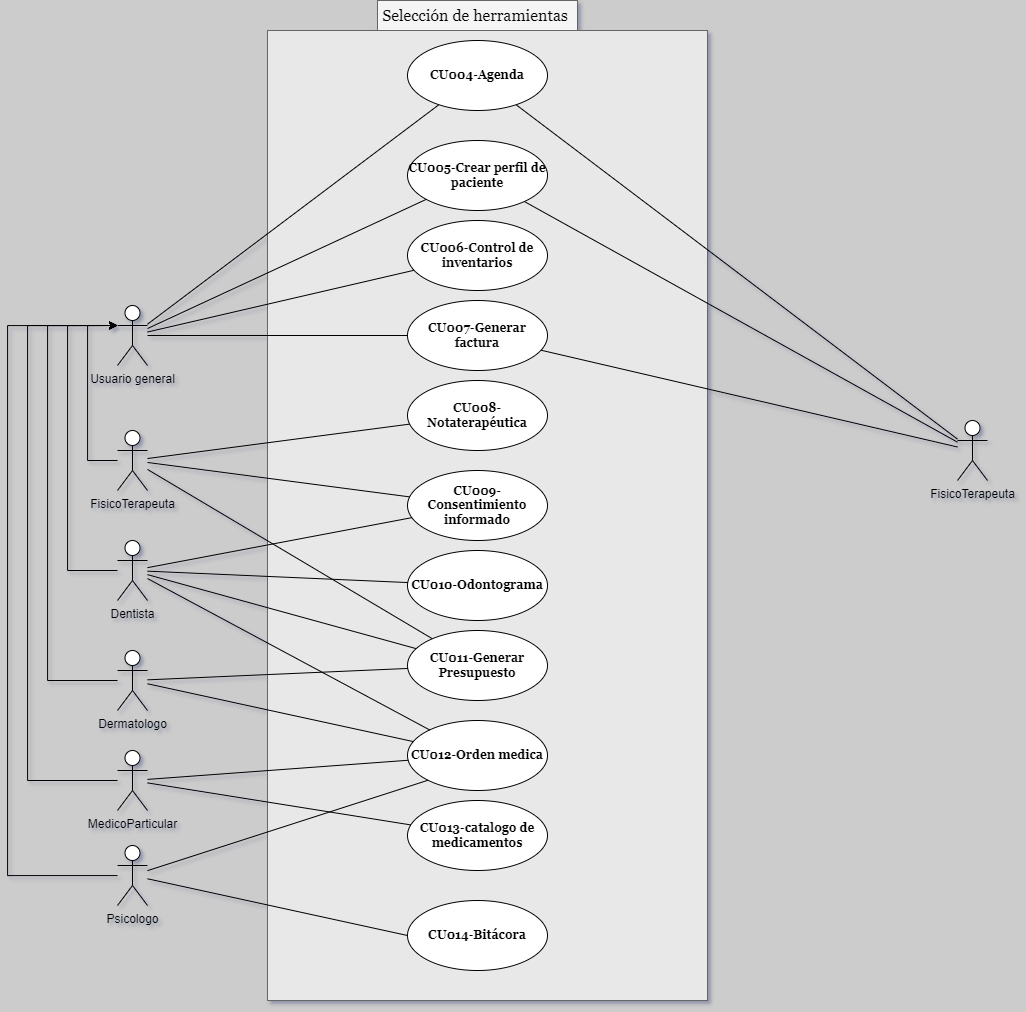
The draw.io diagram DiagraCasosDeUso/SeleccionDeHerramientas.drawio.png in CH3MOO/SpecialityX, before a commit. Source tidied: cells renumbered, new cells last; positions are measured from the earlier drawing's top-left corner, leaving out a move shared by most shapes.
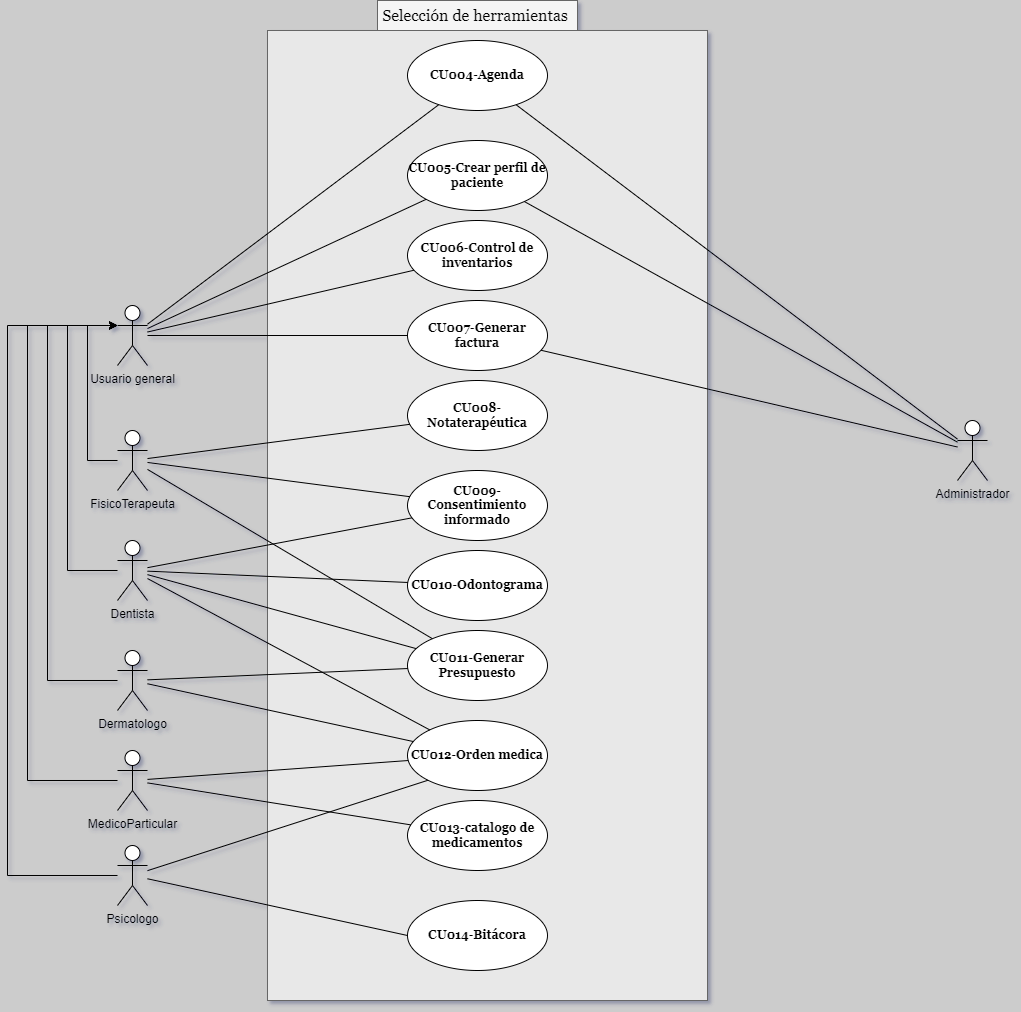
After the change.

What changed in the source:
```diff
@@ -150,7 +150,7 @@
     <mxCell id="42" style="endArrow=none;html=1;rounded=0;" parent="1" edge="1" source="6" target="40">
       <mxGeometry relative="1" as="geometry" />
     </mxCell>
-    <mxCell id="43" value="FisicoTerapeuta" style="shape=umlActor;verticalLabelPosition=bottom;verticalAlign=top;html=1;" parent="1" vertex="1">
+    <mxCell id="43" value="Administrador&lt;div&gt;&lt;br&gt;&lt;/div&gt;" style="shape=umlActor;verticalLabelPosition=bottom;verticalAlign=top;html=1;" parent="1" vertex="1">
       <mxGeometry x="950" y="420" width="30" height="60" as="geometry" />
     </mxCell>
     <mxCell id="44" style="endArrow=none;html=1;rounded=0;" parent="1" edge="1" source="43" target="11">
```
